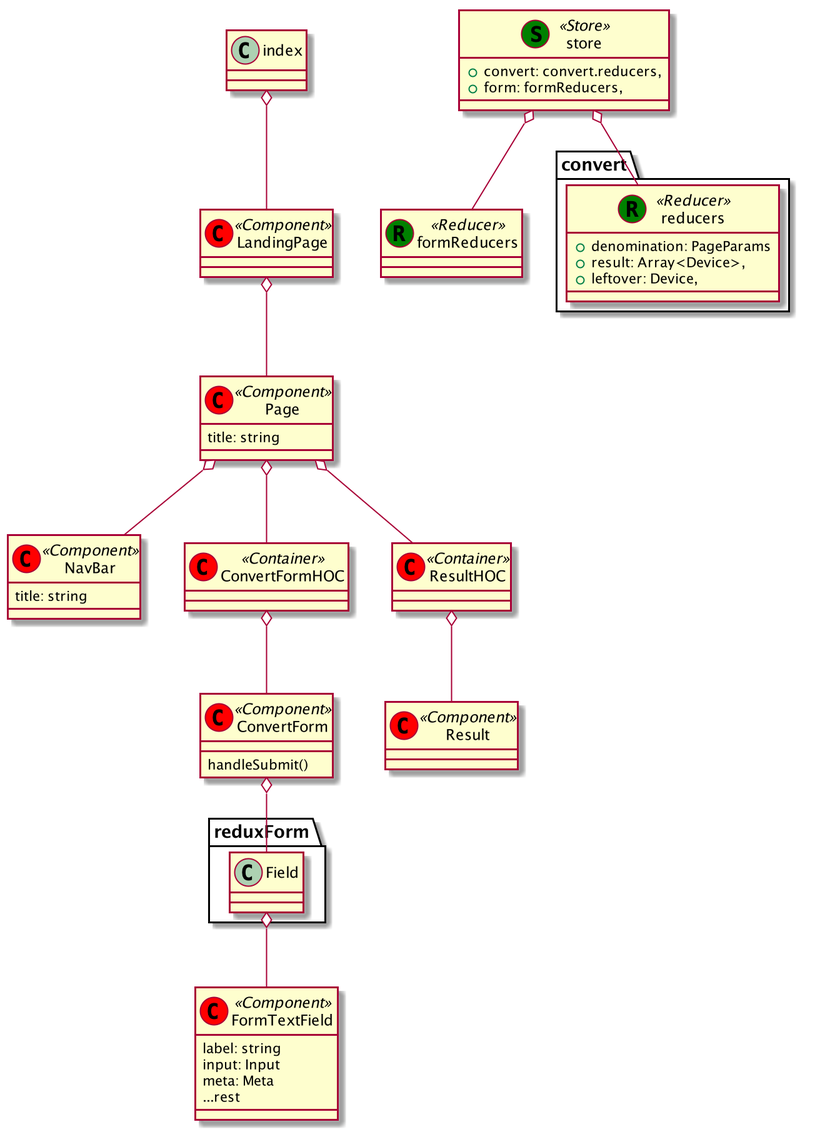
The PlantUML diagram docs/images/class-diagram.png in hendrisie/test-ui, before a commit. The source it was exported from:
```plantuml
@startuml




class NavBar << (C,red) Component>>{
  title: string
}


Page o-- NavBar

class Page << (C,red) Component>>{
  title: string
}




class FormTextField << (C,red) Component>>{
  label: string
  input: Input
  meta: Meta
  ...rest
}


ConvertForm o-- reduxForm.Field
reduxForm.Field o-- FormTextField

class ConvertForm << (C,red) Component>>{
  handleSubmit()
}


ConvertFormHOC o-- ConvertForm

class ConvertFormHOC << (C,red) Container>>{
}



class Result << (C,red) Component>>{
}


ResultHOC o-- Result

class ResultHOC << (C,red) Container>>{
}



class convert.reducers << (R,green) Reducer>>{
    +denomination: PageParams
    +result: Array<Device>,
    +leftover: Device,
}


class formReducers << (R,green) Reducer>>{
}

class store << (S,green) Store>>{
    +convert: convert.reducers,
    +form: formReducers,
}

store o-- convert.reducers
store o-- formReducers





LandingPage o-- Page
Page o-- ConvertFormHOC
Page o-- ResultHOC

class LandingPage << (C,red) Component>>{

}


index o-- LandingPage

class LandingPage << (C,red) Component>>{

}

@enduml
```
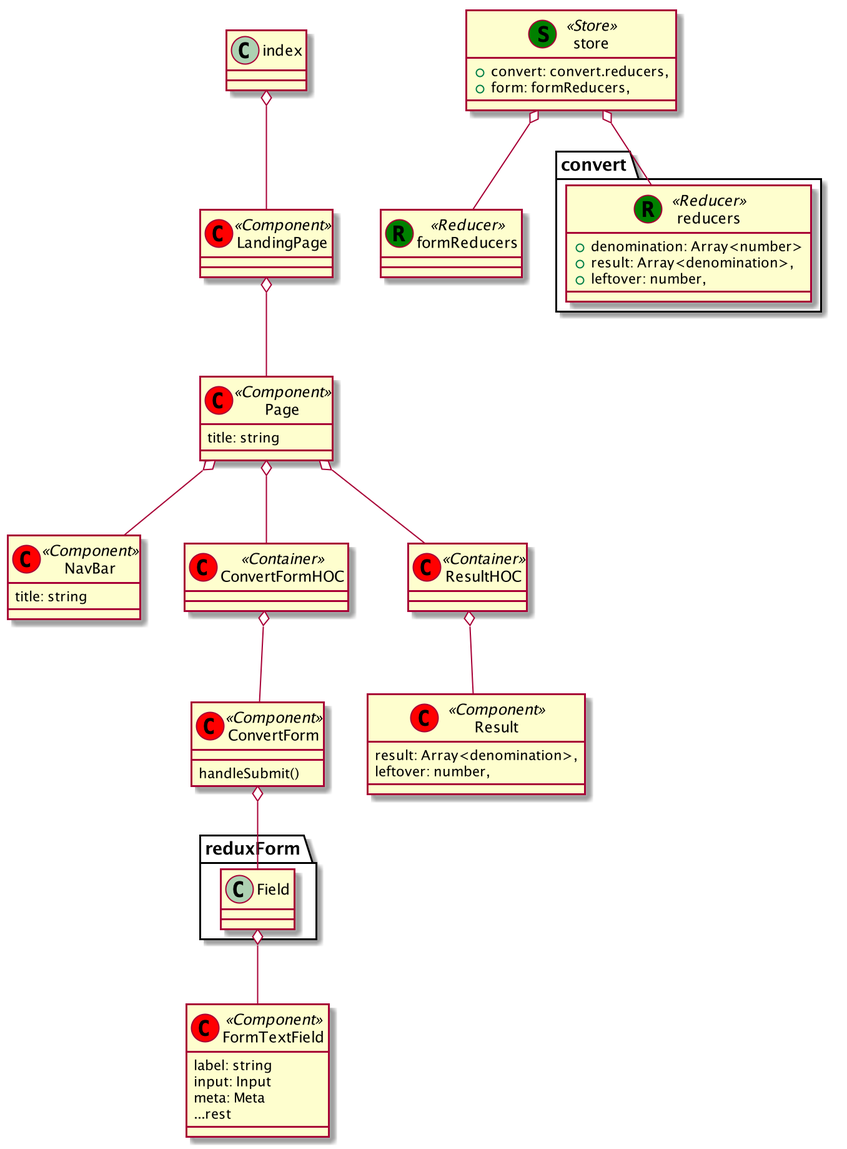
Above is the later version.

Change to the diagram source:
```diff
@@ -41,6 +41,8 @@
 
 
 class Result << (C,red) Component>>{
+  result: Array<denomination>,
+  leftover: number,
 }
 
 
@@ -52,9 +54,9 @@
 
 
 class convert.reducers << (R,green) Reducer>>{
-    +denomination: PageParams
-    +result: Array<Device>,
-    +leftover: Device,
+    +denomination: Array<number>
+    +result: Array<denomination>,
+    +leftover: number,
 }
 
 
```
